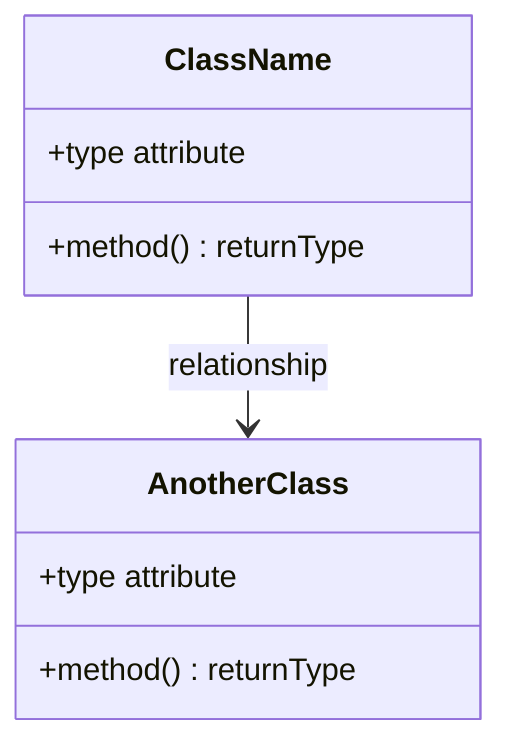
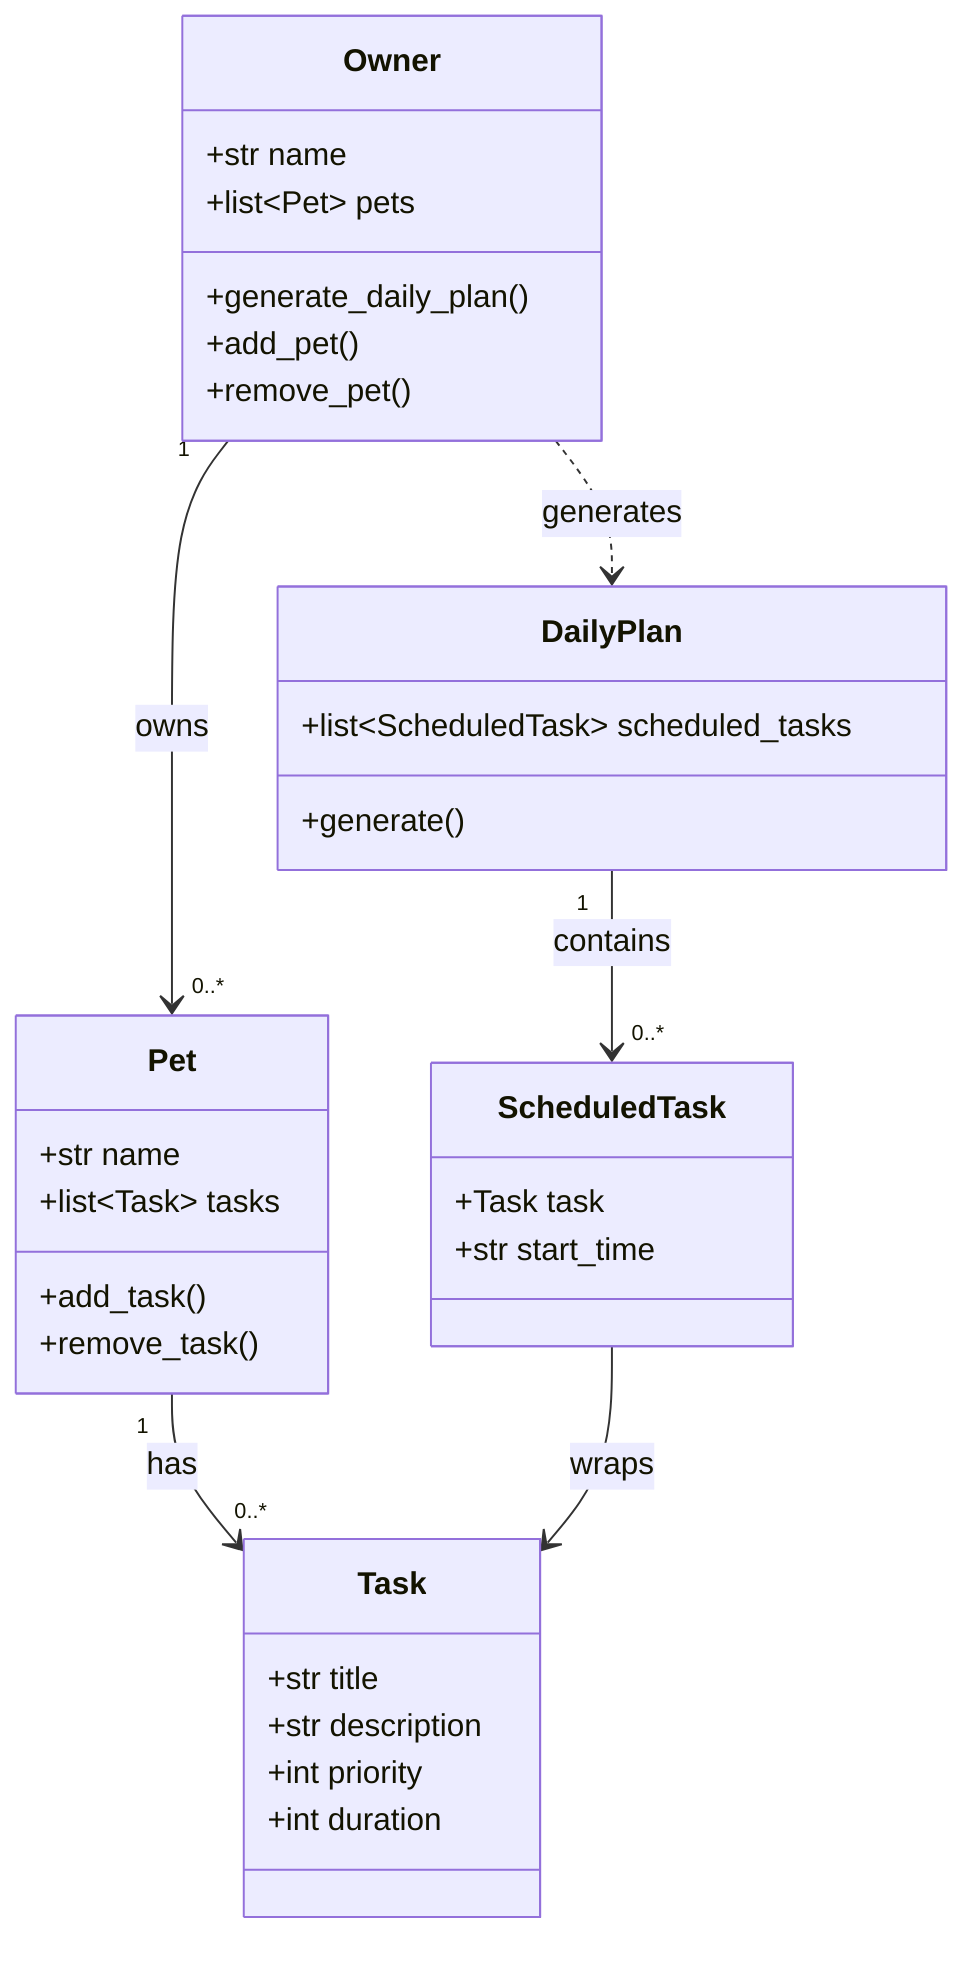
classDiagram
-     %% Replace the placeholders below with your actual classes, attributes, methods, and relationships.
-     %% Keep this file updated so it matches your final implementation.
- 
-     class ClassName {
-         +type attribute
-         +method() returnType
+     class Owner {
+         +str name
+         +list~Pet~ pets
+         +generate_daily_plan()
+         +add_pet()
+         +remove_pet()
    }

-     class AnotherClass {
-         +type attribute
-         +method() returnType
+     class Pet {
+         +str name
+         +list~Task~ tasks
+         +add_task()
+         +remove_task()
    }

-     ClassName --> AnotherClass : relationship
+     class Task {
+         +str title
+         +str description
+         +int priority
+         +int duration
+     }
+ 
+     class ScheduledTask {
+         +Task task
+         +str start_time
+     }
+ 
+     class DailyPlan {
+         +list~ScheduledTask~ scheduled_tasks
+         +generate()
+     }
+ 
+     Owner "1" --> "0..*" Pet : owns
+     Pet "1" --> "0..*" Task : has
+     Owner ..> DailyPlan : generates
+     DailyPlan "1" --> "0..*" ScheduledTask : contains
+     ScheduledTask --> Task : wraps
